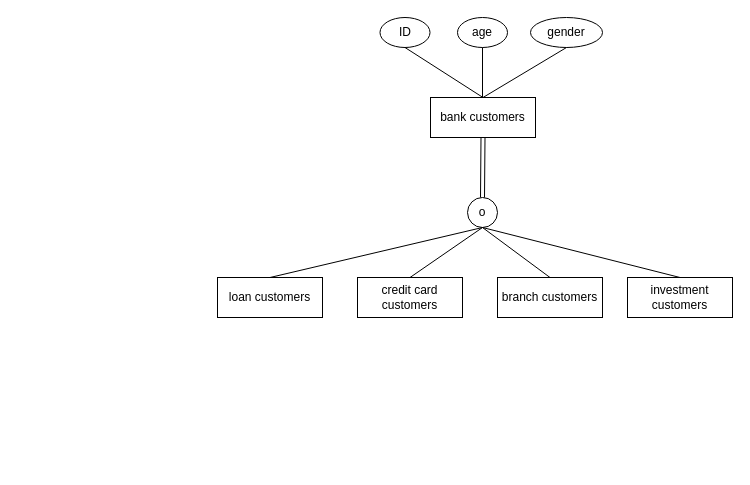
This is Homeworks/hw1.drawio from qqaazz800624/2023_Database_Systems_SQLtoNoSQL, a draw.io file, before an edit. Source tidied: cells renumbered, new cells numbered last; positions are measured from the earlier drawing's top-left corner, leaving out a move shared by most shapes. Both pictures are drawn from the tidied source at 100%, with x=0, y=0 at pixel (217, 17).
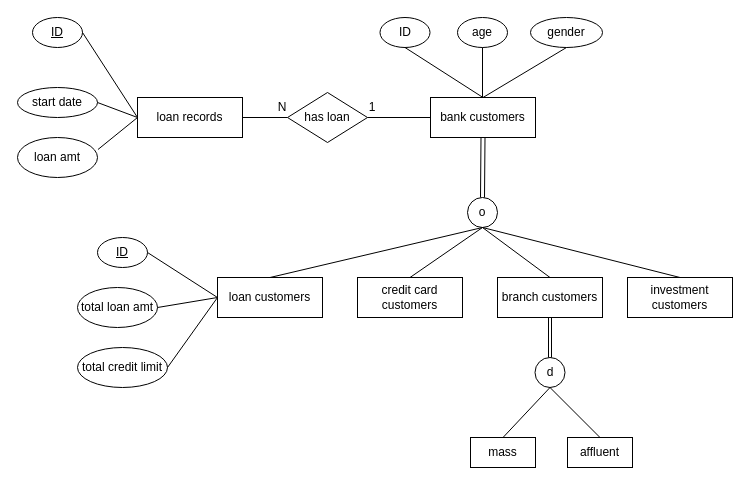
The same diagram, later.

Unchanged cells that the change refers to:
```xml
<mxCell id="2" value="bank customers" style="rounded=0;whiteSpace=wrap;html=1;" parent="1" vertex="1">
  <mxGeometry x="213" y="80" width="105" height="40" as="geometry" />
</mxCell>
<mxCell id="5" value="branch customers" style="rounded=0;whiteSpace=wrap;html=1;" parent="1" vertex="1">
  <mxGeometry x="280" y="260" width="105" height="40" as="geometry" />
</mxCell>
```

Change to the diagram source:
```diff
@@
-    <mxCell id="3" value="loan customers" style="rounded=0;whiteSpace=wrap;html=1;" parent="1" vertex="1">
-      <mxGeometry y="260" width="105" height="40" as="geometry" />
-    </mxCell>
@@
+    <mxCell id="19" value="d" style="ellipse;whiteSpace=wrap;html=1;" parent="1" vertex="1">
+      <mxGeometry x="317.5" y="340" width="30" height="30" as="geometry" />
+    </mxCell>
+    <mxCell id="20" value="mass" style="rounded=0;whiteSpace=wrap;html=1;" parent="1" vertex="1">
+      <mxGeometry x="253" y="420" width="65" height="30" as="geometry" />
+    </mxCell>
+    <mxCell id="21" value="affluent" style="rounded=0;whiteSpace=wrap;html=1;" parent="1" vertex="1">
+      <mxGeometry x="350" y="420" width="65" height="30" as="geometry" />
+    </mxCell>
+    <mxCell id="22" style="shape=link;html=1;rounded=0;entryX=0.5;entryY=1;entryDx=0;entryDy=0;exitX=0.5;exitY=0;exitDx=0;exitDy=0;width=-3;" parent="1" edge="1" source="19" target="5">
+      <mxGeometry relative="1" as="geometry" />
+    </mxCell>
+    <mxCell id="23" style="endArrow=none;html=1;rounded=0;entryX=0.5;entryY=1;entryDx=0;entryDy=0;exitX=0.5;exitY=0;exitDx=0;exitDy=0;" parent="1" edge="1" source="20" target="19">
+      <mxGeometry relative="1" as="geometry" />
+    </mxCell>
+    <mxCell id="24" style="endArrow=none;html=1;rounded=0;entryX=0.5;entryY=1;entryDx=0;entryDy=0;exitX=0.5;exitY=0;exitDx=0;exitDy=0;" parent="1" edge="1" source="21" target="19">
+      <mxGeometry relative="1" as="geometry" />
+    </mxCell>
+    <mxCell id="25" value="has loan" style="rhombus;whiteSpace=wrap;html=1;" parent="1" vertex="1">
+      <mxGeometry x="70" y="75" width="80" height="50" as="geometry" />
+    </mxCell>
+    <mxCell id="3" value="loan customers" style="rounded=0;whiteSpace=wrap;html=1;" parent="1" vertex="1">
+      <mxGeometry y="260" width="105" height="40" as="geometry" />
+    </mxCell>
+    <mxCell id="26" value="&lt;u&gt;ID&lt;/u&gt;" style="ellipse;whiteSpace=wrap;html=1;" parent="1" vertex="1">
+      <mxGeometry x="-120" y="220" width="50" height="30" as="geometry" />
+    </mxCell>
+    <mxCell id="27" value="total loan amt" style="ellipse;whiteSpace=wrap;html=1;" parent="1" vertex="1">
+      <mxGeometry x="-140" y="270" width="80" height="40" as="geometry" />
+    </mxCell>
+    <mxCell id="28" value="total credit limit" style="ellipse;whiteSpace=wrap;html=1;" parent="1" vertex="1">
+      <mxGeometry x="-140" y="330" width="90" height="40" as="geometry" />
+    </mxCell>
+    <mxCell id="29" style="endArrow=none;html=1;rounded=0;exitX=1;exitY=0.5;exitDx=0;exitDy=0;entryX=0;entryY=0.5;entryDx=0;entryDy=0;" parent="1" edge="1" source="26" target="3">
+      <mxGeometry relative="1" as="geometry" />
+    </mxCell>
+    <mxCell id="30" style="endArrow=none;html=1;rounded=0;exitX=1;exitY=0.5;exitDx=0;exitDy=0;entryX=0;entryY=0.5;entryDx=0;entryDy=0;" parent="1" edge="1" source="27" target="3">
+      <mxGeometry relative="1" as="geometry" />
+    </mxCell>
+    <mxCell id="31" style="endArrow=none;html=1;rounded=0;exitX=1;exitY=0.5;exitDx=0;exitDy=0;entryX=0;entryY=0.5;entryDx=0;entryDy=0;" parent="1" edge="1" source="28" target="3">
+      <mxGeometry relative="1" as="geometry" />
+    </mxCell>
+    <mxCell id="32" style="endArrow=none;html=1;rounded=0;exitX=1;exitY=0.5;exitDx=0;exitDy=0;entryX=0;entryY=0.5;entryDx=0;entryDy=0;" parent="1" edge="1" source="25" target="2">
+      <mxGeometry relative="1" as="geometry" />
+    </mxCell>
+    <mxCell id="33" value="1" style="text;html=1;strokeColor=none;fillColor=none;align=center;verticalAlign=middle;whiteSpace=wrap;rounded=0;" parent="1" vertex="1">
+      <mxGeometry x="140" y="75" width="30" height="30" as="geometry" />
+    </mxCell>
+    <mxCell id="34" value="loan records" style="rounded=0;whiteSpace=wrap;html=1;" parent="1" vertex="1">
+      <mxGeometry x="-80" y="80" width="105" height="40" as="geometry" />
+    </mxCell>
+    <mxCell id="35" style="endArrow=none;html=1;rounded=0;entryX=0;entryY=0.5;entryDx=0;entryDy=0;exitX=1;exitY=0.5;exitDx=0;exitDy=0;" parent="1" edge="1" source="34" target="25">
+      <mxGeometry relative="1" as="geometry" />
+    </mxCell>
+    <mxCell id="36" value="N" style="text;html=1;strokeColor=none;fillColor=none;align=center;verticalAlign=middle;whiteSpace=wrap;rounded=0;" parent="1" vertex="1">
+      <mxGeometry x="50" y="75" width="30" height="30" as="geometry" />
+    </mxCell>
+    <mxCell id="37" value="&lt;u&gt;ID&lt;/u&gt;" style="ellipse;whiteSpace=wrap;html=1;" parent="1" vertex="1">
+      <mxGeometry x="-185" width="50" height="30" as="geometry" />
+    </mxCell>
+    <mxCell id="38" value="loan amt" style="ellipse;whiteSpace=wrap;html=1;" parent="1" vertex="1">
+      <mxGeometry x="-200" y="120" width="80" height="40" as="geometry" />
+    </mxCell>
+    <mxCell id="39" value="start date" style="ellipse;whiteSpace=wrap;html=1;" parent="1" vertex="1">
+      <mxGeometry x="-200" y="70" width="80" height="30" as="geometry" />
+    </mxCell>
+    <mxCell id="40" style="endArrow=none;html=1;rounded=0;exitX=1;exitY=0.5;exitDx=0;exitDy=0;entryX=0;entryY=0.5;entryDx=0;entryDy=0;" parent="1" edge="1" source="37" target="34">
+      <mxGeometry relative="1" as="geometry" />
+    </mxCell>
+    <mxCell id="41" style="endArrow=none;html=1;rounded=0;exitX=1;exitY=0.5;exitDx=0;exitDy=0;entryX=0;entryY=0.5;entryDx=0;entryDy=0;" parent="1" edge="1" source="39" target="34">
+      <mxGeometry relative="1" as="geometry" />
+    </mxCell>
+    <mxCell id="42" style="endArrow=none;html=1;rounded=0;exitX=1.006;exitY=0.3;exitDx=0;exitDy=0;entryX=0;entryY=0.5;entryDx=0;entryDy=0;exitPerimeter=0;" parent="1" edge="1" source="38" target="34">
+      <mxGeometry relative="1" as="geometry" />
+    </mxCell>
```
